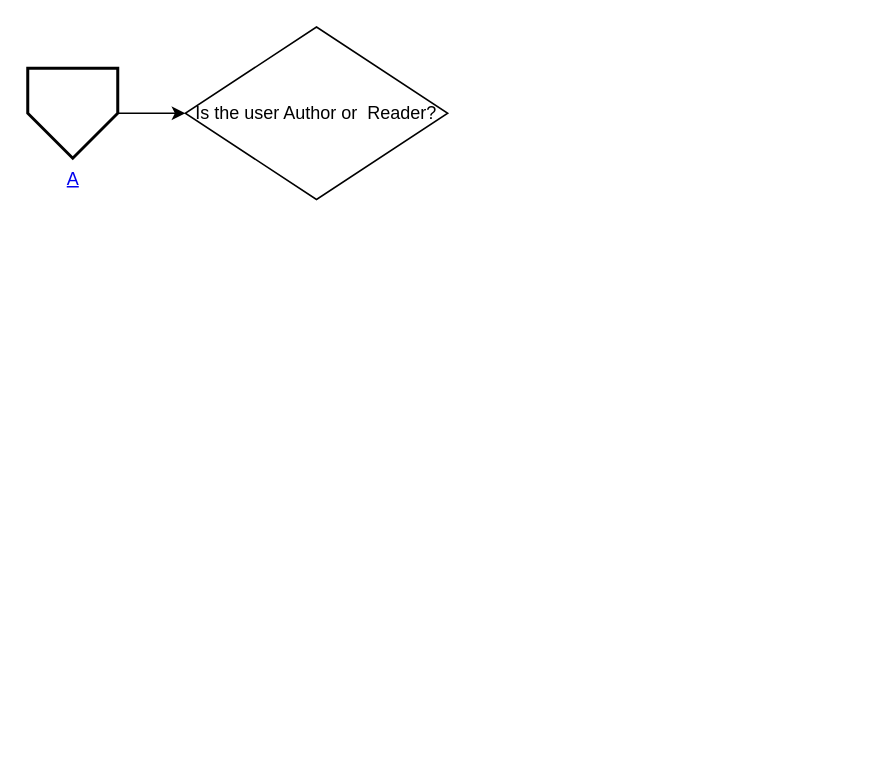
Vhanges/simple-blogging-system keeps this draw.io diagram as page "Home Page" (2 of 2) of simple_blogging_system.drawio. Above is the earlier version. Source tidied: cells renumbered, new cells numbered last; positions are measured from the earlier drawing's top-left corner, leaving out a move shared by most shapes. Both pictures are drawn from the tidied source at 150%, with x=0, y=0 at pixel (27, 26).
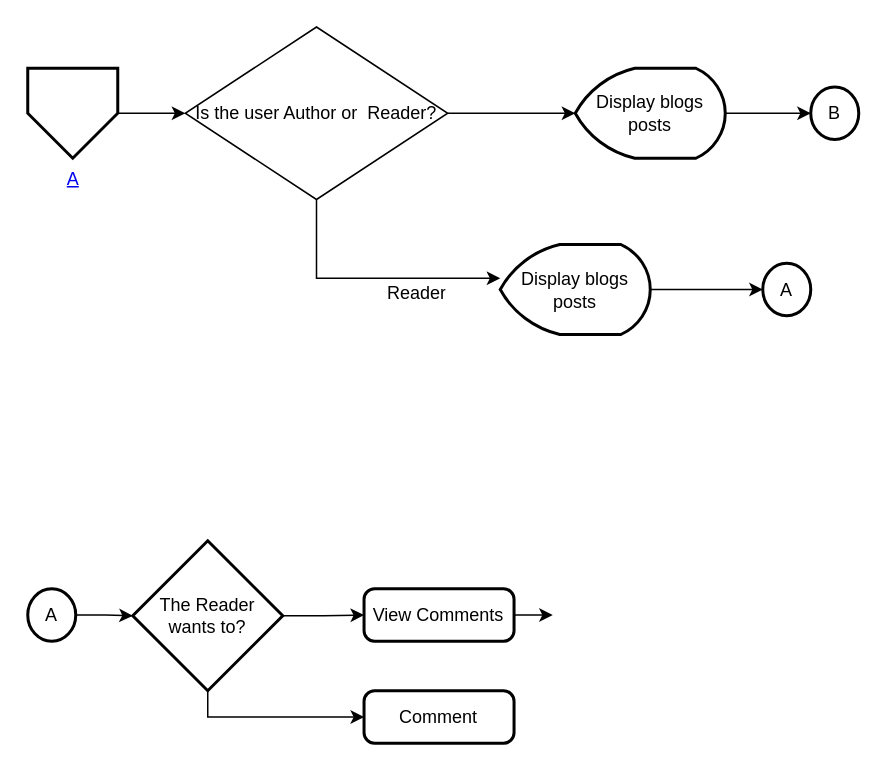
The same page after the edit.

The change refers to these unchanged cells:
```xml
<mxCell id="4" value="Is the user Author or&amp;nbsp; Reader?" style="rhombus;whiteSpace=wrap;html=1;" parent="1" vertex="1">
  <mxGeometry x="105" y="0.5" width="175" height="115" as="geometry" />
</mxCell>
```

What changed in the source:
```diff
@@
+    <mxCell id="5" style="edgeStyle=orthogonalEdgeStyle;rounded=0;jettySize=auto;html=1;jumpStyle=gap;" parent="1" edge="1" source="4" target="8">
+      <mxGeometry relative="1" as="geometry">
+        <Array as="points">
+          <mxPoint x="193" y="168" />
+        </Array>
+      </mxGeometry>
+    </mxCell>
+    <mxCell id="6" style="edgeStyle=orthogonalEdgeStyle;rounded=0;jettySize=auto;html=1;entryX=0;entryY=0.5;entryDx=0;entryDy=0;entryPerimeter=0;" parent="1" edge="1" source="4" target="13">
+      <mxGeometry relative="1" as="geometry" />
+    </mxCell>
@@
+    <mxCell id="7" style="edgeStyle=orthogonalEdgeStyle;rounded=0;jettySize=auto;html=1;exitX=1;exitY=0.5;exitDx=0;exitDy=0;exitPerimeter=0;" parent="1" edge="1" source="8" target="9">
+      <mxGeometry relative="1" as="geometry" />
+    </mxCell>
+    <mxCell id="8" value="Display blogs posts" style="strokeWidth=2;html=1;shape=mxgraph.flowchart.display;whiteSpace=wrap;" parent="1" vertex="1">
+      <mxGeometry x="315" y="145.5" width="100" height="60" as="geometry" />
+    </mxCell>
+    <mxCell id="9" value="A" style="strokeWidth=2;html=1;shape=mxgraph.flowchart.start_2;whiteSpace=wrap;" parent="1" vertex="1">
+      <mxGeometry x="490" y="158" width="32" height="35" as="geometry" />
+    </mxCell>
+    <mxCell id="10" value="Reader" style="text;strokeColor=none;fillColor=none;align=left;verticalAlign=middle;spacingLeft=4;spacingRight=4;overflow=hidden;whiteSpace=wrap;html=1;" parent="1" vertex="1">
+      <mxGeometry x="233.5" y="163" width="81.5" height="30" as="geometry" />
+    </mxCell>
+    <mxCell id="11" value="B" style="strokeWidth=2;html=1;shape=mxgraph.flowchart.start_2;whiteSpace=wrap;" parent="1" vertex="1">
+      <mxGeometry x="522" y="40.5" width="32" height="35" as="geometry" />
+    </mxCell>
+    <mxCell id="12" style="edgeStyle=orthogonalEdgeStyle;rounded=0;jettySize=auto;html=1;" parent="1" edge="1" source="13" target="11">
+      <mxGeometry relative="1" as="geometry" />
+    </mxCell>
+    <mxCell id="13" value="Display blogs posts" style="strokeWidth=2;html=1;shape=mxgraph.flowchart.display;whiteSpace=wrap;" parent="1" vertex="1">
+      <mxGeometry x="365" y="28" width="100" height="60" as="geometry" />
+    </mxCell>
+    <mxCell id="14" style="edgeStyle=orthogonalEdgeStyle;rounded=0;jettySize=auto;html=1;" parent="1" edge="1" source="15" target="18">
+      <mxGeometry relative="1" as="geometry" />
+    </mxCell>
+    <mxCell id="15" value="A" style="strokeWidth=2;html=1;shape=mxgraph.flowchart.start_2;whiteSpace=wrap;" parent="1" vertex="1">
+      <mxGeometry y="375" width="32" height="35" as="geometry" />
+    </mxCell>
+    <mxCell id="16" style="edgeStyle=orthogonalEdgeStyle;rounded=0;jettySize=auto;html=1;" parent="1" edge="1" source="18" target="20">
+      <mxGeometry relative="1" as="geometry" />
+    </mxCell>
+    <mxCell id="17" style="edgeStyle=orthogonalEdgeStyle;rounded=0;jettySize=auto;html=1;entryX=0;entryY=0.5;entryDx=0;entryDy=0;" parent="1" edge="1" source="18" target="21">
+      <mxGeometry relative="1" as="geometry">
+        <Array as="points">
+          <mxPoint x="120" y="461" />
+          <mxPoint x="224" y="461" />
+        </Array>
+      </mxGeometry>
+    </mxCell>
+    <mxCell id="18" value="The Reader&lt;div&gt;wants to?&lt;/div&gt;" style="strokeWidth=2;html=1;shape=mxgraph.flowchart.decision;whiteSpace=wrap;" parent="1" vertex="1">
+      <mxGeometry x="70" y="343" width="100" height="100" as="geometry" />
+    </mxCell>
+    <mxCell id="19" style="edgeStyle=orthogonalEdgeStyle;rounded=0;jettySize=auto;html=1;" parent="1" edge="1" source="20">
+      <mxGeometry relative="1" as="geometry">
+        <mxPoint x="350" y="392.5" as="targetPoint" />
+      </mxGeometry>
+    </mxCell>
+    <mxCell id="20" value="View Comments" style="rounded=1;whiteSpace=wrap;html=1;absoluteArcSize=1;arcSize=14;strokeWidth=2;" parent="1" vertex="1">
+      <mxGeometry x="224.2" y="375" width="100" height="35" as="geometry" />
+    </mxCell>
+    <mxCell id="21" value="Comment" style="rounded=1;whiteSpace=wrap;html=1;absoluteArcSize=1;arcSize=14;strokeWidth=2;" parent="1" vertex="1">
+      <mxGeometry x="224.2" y="443" width="100" height="35" as="geometry" />
+    </mxCell>
```
